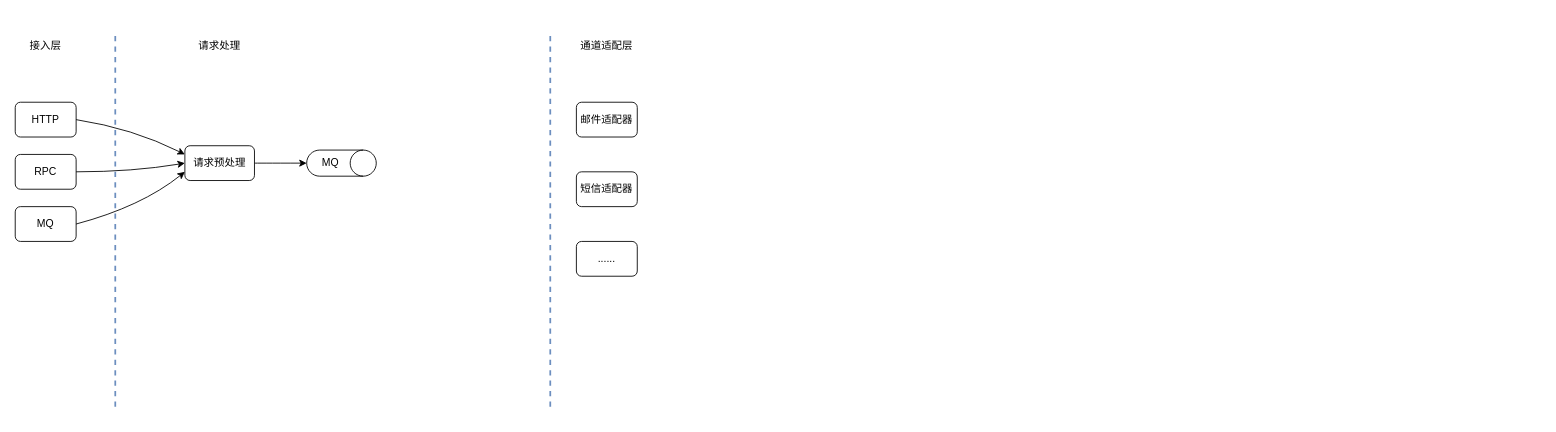
Before: page "技术架构" (3 of 4) of 聚合消息通知平台.drawio in shixw/drawio-depository, a draw.io diagram. Source tidied: cells renumbered, new cells numbered last; positions are measured from the earlier drawing's top-left corner, leaving out a move shared by most shapes. Both pictures are drawn from the tidied source at 87%, with x=0, y=0 at pixel (15, 32). Pictures stored in the file or linked from it are replaced by grey dashed boxes.
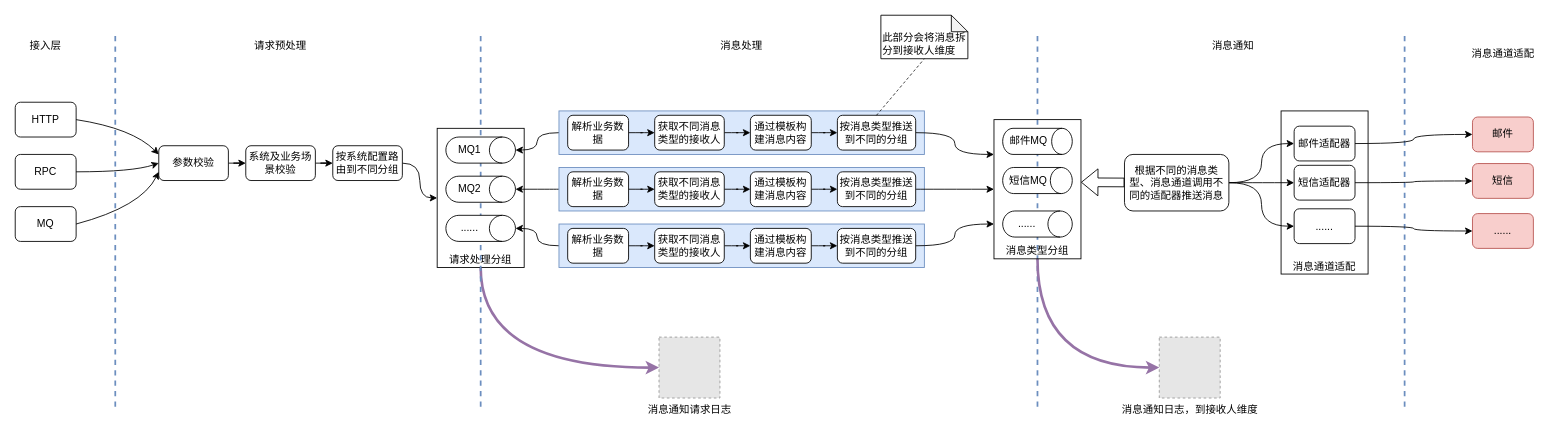
Above is the later version.

The edit, as a diff of the source:
```diff
@@
+    <mxCell id="19" value="消息通道适配" style="rounded=0;whiteSpace=wrap;html=1;verticalAlign=bottom;fillColor=none;" parent="1" vertex="1">
+      <mxGeometry x="1455" y="90" width="100" height="187.5" as="geometry" />
+    </mxCell>
+    <mxCell id="20" style="edgeStyle=orthogonalEdgeStyle;curved=1;jettySize=auto;html=1;strokeWidth=1;" parent="1" edge="1" source="21" target="34">
+      <mxGeometry relative="1" as="geometry" />
+    </mxCell>
+    <mxCell id="21" style="rounded=0;whiteSpace=wrap;html=1;fillColor=#dae8fc;strokeColor=#6c8ebf;" parent="1" vertex="1">
+      <mxGeometry x="625" y="90" width="420" height="50" as="geometry" />
+    </mxCell>
+    <mxCell id="22" style="edgeStyle=orthogonalEdgeStyle;curved=1;jettySize=auto;html=1;entryX=0;entryY=0.5;entryDx=0;entryDy=0;strokeWidth=3;exitX=0.5;exitY=1;exitDx=0;exitDy=0;fillColor=#e1d5e7;strokeColor=#9673a6;" parent="1" edge="1" source="23" target="81">
+      <mxGeometry relative="1" as="geometry" />
+    </mxCell>
+    <mxCell id="23" value="请求处理分组" style="rounded=0;whiteSpace=wrap;html=1;verticalAlign=bottom;fillColor=none;" parent="1" vertex="1">
+      <mxGeometry x="485" y="110" width="100" height="160" as="geometry" />
+    </mxCell>
@@
     <mxCell id="4" style="endArrow=none;dashed=1;html=1;rounded=0;fillColor=#dae8fc;strokeColor=#6c8ebf;strokeWidth=2;" parent="1" edge="1">
       <mxGeometry relative="1" as="geometry">
-        <mxPoint x="615" y="430" as="sourcePoint" />
-        <mxPoint x="615" as="targetPoint" />
+        <mxPoint x="1597" y="430" as="sourcePoint" />
+        <mxPoint x="1597" as="targetPoint" />
       </mxGeometry>
     </mxCell>
-    <mxCell id="5" value="请求处理" style="text;html=1;strokeColor=none;fillColor=none;align=center;verticalAlign=middle;whiteSpace=wrap;rounded=0;" parent="1" vertex="1">
-      <mxGeometry x="205" width="60" height="30" as="geometry" />
+    <mxCell id="5" value="请求预处理" style="text;html=1;strokeColor=none;fillColor=none;align=center;verticalAlign=middle;whiteSpace=wrap;rounded=0;" parent="1" vertex="1">
+      <mxGeometry x="260" width="90" height="30" as="geometry" />
     </mxCell>
-    <mxCell id="6" value="通道适配层" style="text;html=1;strokeColor=none;fillColor=none;align=center;verticalAlign=middle;whiteSpace=wrap;rounded=0;" parent="1" vertex="1">
-      <mxGeometry x="645" width="70" height="30" as="geometry" />
+    <mxCell id="6" value="消息通道适配" style="text;html=1;strokeColor=none;fillColor=none;align=center;verticalAlign=middle;whiteSpace=wrap;rounded=0;" parent="1" vertex="1">
+      <mxGeometry x="1665.5" y="10" width="89" height="30" as="geometry" />
     </mxCell>
@@
-    <mxCell id="10" style="edgeStyle=orthogonalEdgeStyle;curved=1;jettySize=auto;html=1;strokeWidth=1;" parent="1" edge="1" source="11" target="12">
+    <mxCell id="10" style="edgeStyle=orthogonalEdgeStyle;curved=1;jettySize=auto;html=1;strokeWidth=1;entryX=0;entryY=0.5;entryDx=0;entryDy=0;" parent="1" edge="1" source="11" target="28">
       <mxGeometry relative="1" as="geometry" />
     </mxCell>
-    <mxCell id="11" value="请求预处理" style="rounded=1;whiteSpace=wrap;html=1;" parent="1" vertex="1">
-      <mxGeometry x="195" y="130" width="80" height="40" as="geometry" />
+    <mxCell id="11" value="参数校验" style="rounded=1;whiteSpace=wrap;html=1;" parent="1" vertex="1">
+      <mxGeometry x="165" y="130" width="80" height="40" as="geometry" />
     </mxCell>
-    <mxCell id="12" value="MQ" style="shape=cylinder3;whiteSpace=wrap;html=1;boundedLbl=1;backgroundOutline=1;size=15;direction=south;" parent="1" vertex="1">
-      <mxGeometry x="335" y="135" width="80" height="30" as="geometry" />
-    </mxCell>
@@
+    <mxCell id="24" style="edgeStyle=orthogonalEdgeStyle;curved=1;jettySize=auto;html=1;strokeWidth=1;" parent="1" edge="1" source="16" target="78">
+      <mxGeometry relative="1" as="geometry" />
+    </mxCell>
     <mxCell id="16" value="邮件适配器" style="rounded=1;whiteSpace=wrap;html=1;" parent="1" vertex="1">
-      <mxGeometry x="645" y="80" width="70" height="40" as="geometry" />
+      <mxGeometry x="1470" y="107.5" width="70" height="40" as="geometry" />
     </mxCell>
+    <mxCell id="25" style="edgeStyle=orthogonalEdgeStyle;curved=1;jettySize=auto;html=1;entryX=0;entryY=0.5;entryDx=0;entryDy=0;strokeWidth=1;" parent="1" edge="1" source="17" target="79">
+      <mxGeometry relative="1" as="geometry" />
+    </mxCell>
     <mxCell id="17" value="短信适配器" style="rounded=1;whiteSpace=wrap;html=1;" parent="1" vertex="1">
-      <mxGeometry x="645" y="160" width="70" height="40" as="geometry" />
+      <mxGeometry x="1470" y="152.5" width="70" height="40" as="geometry" />
     </mxCell>
+    <mxCell id="26" style="edgeStyle=orthogonalEdgeStyle;curved=1;jettySize=auto;html=1;strokeWidth=1;" parent="1" edge="1" source="18" target="80">
+      <mxGeometry relative="1" as="geometry" />
+    </mxCell>
     <mxCell id="18" value="......" style="rounded=1;whiteSpace=wrap;html=1;" parent="1" vertex="1">
-      <mxGeometry x="645" y="240" width="70" height="40" as="geometry" />
+      <mxGeometry x="1470" y="202.5" width="70" height="40" as="geometry" />
     </mxCell>
+    <mxCell id="27" style="edgeStyle=orthogonalEdgeStyle;curved=1;jettySize=auto;html=1;strokeWidth=1;entryX=0;entryY=0.5;entryDx=0;entryDy=0;" parent="1" edge="1" source="28" target="33">
+      <mxGeometry relative="1" as="geometry" />
+    </mxCell>
+    <mxCell id="28" value="系统及业务场景校验" style="rounded=1;whiteSpace=wrap;html=1;" parent="1" vertex="1">
+      <mxGeometry x="265" y="130" width="80" height="40" as="geometry" />
+    </mxCell>
+    <mxCell id="29" style="endArrow=none;dashed=1;html=1;rounded=0;fillColor=#dae8fc;strokeColor=#6c8ebf;strokeWidth=2;" parent="1" edge="1">
+      <mxGeometry relative="1" as="geometry">
+        <mxPoint x="535" y="430" as="sourcePoint" />
+        <mxPoint x="535" as="targetPoint" />
+      </mxGeometry>
+    </mxCell>
+    <mxCell id="30" value="消息处理" style="text;html=1;strokeColor=none;fillColor=none;align=center;verticalAlign=middle;whiteSpace=wrap;rounded=0;" parent="1" vertex="1">
+      <mxGeometry x="790" width="90" height="30" as="geometry" />
+    </mxCell>
+    <mxCell id="31" style="endArrow=none;dashed=1;html=1;rounded=0;fillColor=#dae8fc;strokeColor=#6c8ebf;strokeWidth=2;" parent="1" edge="1">
+      <mxGeometry relative="1" as="geometry">
+        <mxPoint x="1175" y="430" as="sourcePoint" />
+        <mxPoint x="1175" as="targetPoint" />
+      </mxGeometry>
+    </mxCell>
+    <mxCell id="32" style="edgeStyle=orthogonalEdgeStyle;curved=1;jettySize=auto;html=1;strokeWidth=1;" parent="1" edge="1" source="33" target="23">
+      <mxGeometry relative="1" as="geometry" />
+    </mxCell>
+    <mxCell id="33" value="按系统配置路由到不同分组" style="rounded=1;whiteSpace=wrap;html=1;" parent="1" vertex="1">
+      <mxGeometry x="365" y="130" width="80" height="40" as="geometry" />
+    </mxCell>
+    <mxCell id="34" value="MQ1" style="shape=cylinder3;whiteSpace=wrap;html=1;boundedLbl=1;backgroundOutline=1;size=15;direction=south;" parent="1" vertex="1">
+      <mxGeometry x="495" y="120" width="80" height="30" as="geometry" />
+    </mxCell>
+    <mxCell id="35" value="MQ2" style="shape=cylinder3;whiteSpace=wrap;html=1;boundedLbl=1;backgroundOutline=1;size=15;direction=south;" parent="1" vertex="1">
+      <mxGeometry x="495" y="165" width="80" height="30" as="geometry" />
+    </mxCell>
+    <mxCell id="36" value="......" style="shape=cylinder3;whiteSpace=wrap;html=1;boundedLbl=1;backgroundOutline=1;size=15;direction=south;" parent="1" vertex="1">
+      <mxGeometry x="495" y="210" width="80" height="30" as="geometry" />
+    </mxCell>
+    <mxCell id="37" style="edgeStyle=orthogonalEdgeStyle;curved=1;jettySize=auto;html=1;strokeWidth=1;" parent="1" edge="1" source="38" target="43">
+      <mxGeometry relative="1" as="geometry" />
+    </mxCell>
+    <mxCell id="38" value="解析业务数据" style="rounded=1;whiteSpace=wrap;html=1;" parent="1" vertex="1">
+      <mxGeometry x="635" y="95" width="70" height="40" as="geometry" />
+    </mxCell>
+    <mxCell id="39" style="edgeStyle=orthogonalEdgeStyle;curved=1;jettySize=auto;html=1;strokeWidth=1;" parent="1" edge="1" source="40" target="45">
+      <mxGeometry relative="1" as="geometry" />
+    </mxCell>
+    <mxCell id="40" value="通过模板构建消息内容" style="rounded=1;whiteSpace=wrap;html=1;" parent="1" vertex="1">
+      <mxGeometry x="845" y="95" width="70" height="40" as="geometry" />
+    </mxCell>
+    <mxCell id="41" value="消息通知" style="text;html=1;strokeColor=none;fillColor=none;align=center;verticalAlign=middle;whiteSpace=wrap;rounded=0;" parent="1" vertex="1">
+      <mxGeometry x="1355" width="90" height="30" as="geometry" />
+    </mxCell>
+    <mxCell id="42" style="edgeStyle=orthogonalEdgeStyle;curved=1;jettySize=auto;html=1;strokeWidth=1;" parent="1" edge="1" source="43" target="40">
+      <mxGeometry relative="1" as="geometry" />
+    </mxCell>
+    <mxCell id="43" value="获取不同消息类型的接收人" style="rounded=1;whiteSpace=wrap;html=1;" parent="1" vertex="1">
+      <mxGeometry x="735" y="95" width="80" height="40" as="geometry" />
+    </mxCell>
+    <mxCell id="44" style="edgeStyle=orthogonalEdgeStyle;curved=1;jettySize=auto;html=1;strokeWidth=1;entryX=0;entryY=0.25;entryDx=0;entryDy=0;" parent="1" edge="1" source="45" target="69">
+      <mxGeometry relative="1" as="geometry" />
+    </mxCell>
+    <mxCell id="45" value="按消息类型推送到不同的分组" style="rounded=1;whiteSpace=wrap;html=1;" parent="1" vertex="1">
+      <mxGeometry x="945" y="95" width="90" height="40" as="geometry" />
+    </mxCell>
+    <mxCell id="46" value="此部分会将消息拆分到接收人维度" style="shape=note;whiteSpace=wrap;html=1;backgroundOutline=1;darkOpacity=0.05;size=19;verticalAlign=bottom;align=left;" parent="1" vertex="1">
+      <mxGeometry x="995" y="-20" width="100" height="50" as="geometry" />
+    </mxCell>
+    <mxCell id="47" style="endArrow=none;dashed=1;html=1;strokeWidth=1;curved=1;entryX=0.5;entryY=1;entryDx=0;entryDy=0;entryPerimeter=0;exitX=0.5;exitY=0;exitDx=0;exitDy=0;" parent="1" edge="1" source="45" target="46">
+      <mxGeometry relative="1" as="geometry" />
+    </mxCell>
+    <mxCell id="48" style="edgeStyle=orthogonalEdgeStyle;curved=1;jettySize=auto;html=1;entryX=0.5;entryY=0;entryDx=0;entryDy=0;entryPerimeter=0;strokeWidth=1;" parent="1" edge="1" source="49" target="35">
+      <mxGeometry relative="1" as="geometry" />
+    </mxCell>
+    <mxCell id="49" style="rounded=0;whiteSpace=wrap;html=1;fillColor=#dae8fc;strokeColor=#6c8ebf;" parent="1" vertex="1">
+      <mxGeometry x="625" y="155" width="420" height="50" as="geometry" />
+    </mxCell>
+    <mxCell id="50" style="edgeStyle=orthogonalEdgeStyle;curved=1;jettySize=auto;html=1;strokeWidth=1;" parent="1" edge="1" source="51" target="55">
+      <mxGeometry relative="1" as="geometry" />
+    </mxCell>
+    <mxCell id="51" value="解析业务数据" style="rounded=1;whiteSpace=wrap;html=1;" parent="1" vertex="1">
+      <mxGeometry x="635" y="160" width="70" height="40" as="geometry" />
+    </mxCell>
+    <mxCell id="52" style="edgeStyle=orthogonalEdgeStyle;curved=1;jettySize=auto;html=1;strokeWidth=1;" parent="1" edge="1" source="53" target="57">
+      <mxGeometry relative="1" as="geometry" />
+    </mxCell>
+    <mxCell id="53" value="通过模板构建消息内容" style="rounded=1;whiteSpace=wrap;html=1;" parent="1" vertex="1">
+      <mxGeometry x="845" y="160" width="70" height="40" as="geometry" />
+    </mxCell>
+    <mxCell id="54" style="edgeStyle=orthogonalEdgeStyle;curved=1;jettySize=auto;html=1;strokeWidth=1;" parent="1" edge="1" source="55" target="53">
+      <mxGeometry relative="1" as="geometry" />
+    </mxCell>
+    <mxCell id="55" value="获取不同消息类型的接收人" style="rounded=1;whiteSpace=wrap;html=1;" parent="1" vertex="1">
+      <mxGeometry x="735" y="160" width="80" height="40" as="geometry" />
+    </mxCell>
+    <mxCell id="56" style="edgeStyle=orthogonalEdgeStyle;curved=1;jettySize=auto;html=1;strokeWidth=1;" parent="1" edge="1" source="57" target="69">
+      <mxGeometry relative="1" as="geometry" />
+    </mxCell>
+    <mxCell id="57" value="按消息类型推送到不同的分组" style="rounded=1;whiteSpace=wrap;html=1;" parent="1" vertex="1">
+      <mxGeometry x="945" y="160" width="90" height="40" as="geometry" />
+    </mxCell>
+    <mxCell id="58" style="edgeStyle=orthogonalEdgeStyle;curved=1;jettySize=auto;html=1;entryX=0.5;entryY=0;entryDx=0;entryDy=0;entryPerimeter=0;strokeWidth=1;" parent="1" edge="1" source="59" target="36">
+      <mxGeometry relative="1" as="geometry" />
+    </mxCell>
+    <mxCell id="59" style="rounded=0;whiteSpace=wrap;html=1;fillColor=#dae8fc;strokeColor=#6c8ebf;" parent="1" vertex="1">
+      <mxGeometry x="625" y="220" width="420" height="50" as="geometry" />
+    </mxCell>
+    <mxCell id="60" style="edgeStyle=orthogonalEdgeStyle;curved=1;jettySize=auto;html=1;strokeWidth=1;" parent="1" edge="1" source="61" target="65">
+      <mxGeometry relative="1" as="geometry" />
+    </mxCell>
+    <mxCell id="61" value="解析业务数据" style="rounded=1;whiteSpace=wrap;html=1;" parent="1" vertex="1">
+      <mxGeometry x="635" y="225" width="70" height="40" as="geometry" />
+    </mxCell>
+    <mxCell id="62" style="edgeStyle=orthogonalEdgeStyle;curved=1;jettySize=auto;html=1;strokeWidth=1;" parent="1" edge="1" source="63" target="67">
+      <mxGeometry relative="1" as="geometry" />
+    </mxCell>
+    <mxCell id="63" value="通过模板构建消息内容" style="rounded=1;whiteSpace=wrap;html=1;" parent="1" vertex="1">
+      <mxGeometry x="845" y="225" width="70" height="40" as="geometry" />
+    </mxCell>
+    <mxCell id="64" style="edgeStyle=orthogonalEdgeStyle;curved=1;jettySize=auto;html=1;strokeWidth=1;" parent="1" edge="1" source="65" target="63">
+      <mxGeometry relative="1" as="geometry" />
+    </mxCell>
+    <mxCell id="65" value="获取不同消息类型的接收人" style="rounded=1;whiteSpace=wrap;html=1;" parent="1" vertex="1">
+      <mxGeometry x="735" y="225" width="80" height="40" as="geometry" />
+    </mxCell>
+    <mxCell id="66" style="edgeStyle=orthogonalEdgeStyle;curved=1;jettySize=auto;html=1;entryX=0;entryY=0.75;entryDx=0;entryDy=0;strokeWidth=1;" parent="1" edge="1" source="67" target="69">
+      <mxGeometry relative="1" as="geometry" />
+    </mxCell>
+    <mxCell id="67" value="按消息类型推送到不同的分组" style="rounded=1;whiteSpace=wrap;html=1;" parent="1" vertex="1">
+      <mxGeometry x="945" y="225" width="90" height="40" as="geometry" />
+    </mxCell>
+    <mxCell id="68" style="edgeStyle=orthogonalEdgeStyle;curved=1;jettySize=auto;html=1;entryX=0;entryY=0.5;entryDx=0;entryDy=0;strokeWidth=3;exitX=0.5;exitY=1;exitDx=0;exitDy=0;fillColor=#e1d5e7;strokeColor=#9673a6;" parent="1" edge="1" source="69" target="82">
+      <mxGeometry relative="1" as="geometry" />
+    </mxCell>
+    <mxCell id="69" value="消息类型分组" style="rounded=0;whiteSpace=wrap;html=1;verticalAlign=bottom;fillColor=none;" parent="1" vertex="1">
+      <mxGeometry x="1125" y="100" width="100" height="160" as="geometry" />
+    </mxCell>
+    <mxCell id="70" value="邮件MQ" style="shape=cylinder3;whiteSpace=wrap;html=1;boundedLbl=1;backgroundOutline=1;size=11.846153846154039;direction=south;" parent="1" vertex="1">
+      <mxGeometry x="1135" y="110" width="80" height="30" as="geometry" />
+    </mxCell>
+    <mxCell id="71" value="短信MQ" style="shape=cylinder3;whiteSpace=wrap;html=1;boundedLbl=1;backgroundOutline=1;size=12.615384615384528;direction=south;" parent="1" vertex="1">
+      <mxGeometry x="1135" y="155" width="80" height="30" as="geometry" />
+    </mxCell>
+    <mxCell id="72" value="......" style="shape=cylinder3;whiteSpace=wrap;html=1;boundedLbl=1;backgroundOutline=1;size=14;direction=south;" parent="1" vertex="1">
+      <mxGeometry x="1135" y="205" width="80" height="30" as="geometry" />
+    </mxCell>
+    <mxCell id="73" style="edgeStyle=orthogonalEdgeStyle;curved=1;jettySize=auto;html=1;strokeWidth=1;entryX=0;entryY=0.5;entryDx=0;entryDy=0;" parent="1" edge="1" source="76" target="16">
+      <mxGeometry relative="1" as="geometry" />
+    </mxCell>
+    <mxCell id="74" style="edgeStyle=orthogonalEdgeStyle;curved=1;jettySize=auto;html=1;strokeWidth=1;" parent="1" edge="1" source="76" target="17">
+      <mxGeometry relative="1" as="geometry" />
+    </mxCell>
+    <mxCell id="75" style="edgeStyle=orthogonalEdgeStyle;curved=1;jettySize=auto;html=1;strokeWidth=1;" parent="1" edge="1" source="76" target="18">
+      <mxGeometry relative="1" as="geometry" />
+    </mxCell>
+    <mxCell id="76" value="根据不同的消息类型、消息通道调用不同的适配器推送消息" style="rounded=1;whiteSpace=wrap;html=1;" parent="1" vertex="1">
+      <mxGeometry x="1275" y="140" width="120" height="65" as="geometry" />
+    </mxCell>
+    <mxCell id="77" style="shape=flexArrow;endArrow=classic;html=1;strokeWidth=1;curved=1;" parent="1" edge="1" source="76">
+      <mxGeometry relative="1" as="geometry">
+        <mxPoint x="1225" y="172" as="targetPoint" />
+      </mxGeometry>
+    </mxCell>
+    <mxCell id="78" value="邮件" style="rounded=1;whiteSpace=wrap;html=1;fillColor=#f8cecc;strokeColor=#b85450;" parent="1" vertex="1">
+      <mxGeometry x="1675" y="97" width="70" height="40" as="geometry" />
+    </mxCell>
+    <mxCell id="79" value="短信" style="rounded=1;whiteSpace=wrap;html=1;fillColor=#f8cecc;strokeColor=#b85450;" parent="1" vertex="1">
+      <mxGeometry x="1675" y="150.5" width="70" height="40" as="geometry" />
+    </mxCell>
+    <mxCell id="80" value="......" style="rounded=1;whiteSpace=wrap;html=1;fillColor=#f8cecc;strokeColor=#b85450;" parent="1" vertex="1">
+      <mxGeometry x="1675" y="208" width="70" height="40" as="geometry" />
+    </mxCell>
+    <mxCell id="81" value="消息通知请求日志" style="fillColor=#E6E6E6;strokeColor=#999999;dashed=1;html=1;verticalAlign=top;verticalLabelPosition=bottom;labelBackgroundColor=#ffffff;" parent="1" vertex="1">
+      <mxGeometry x="740" y="350" width="70" height="70" as="geometry" />
+    </mxCell>
+    <mxCell id="82" value="消息通知日志，到接收人维度" style="fillColor=#E6E6E6;strokeColor=#999999;dashed=1;html=1;verticalAlign=top;verticalLabelPosition=bottom;labelBackgroundColor=#ffffff;" parent="1" vertex="1">
+      <mxGeometry x="1315" y="350" width="70" height="70" as="geometry" />
+    </mxCell>
```
